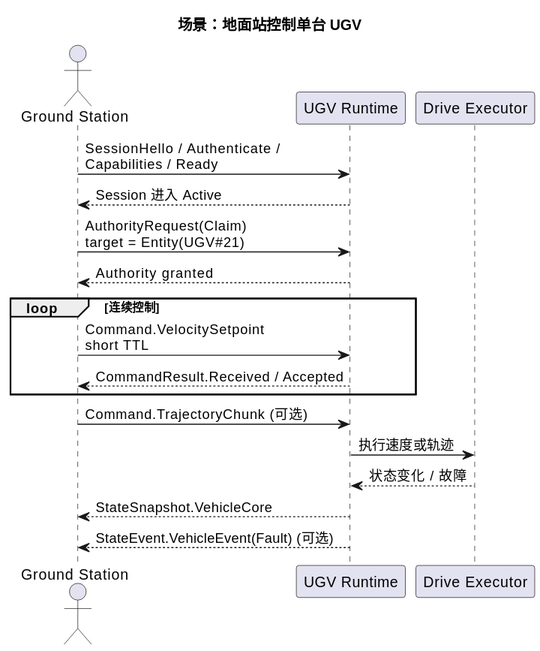
The PlantUML diagram docs/diagrams/plantuml/svg/scenario_single_ugv_control.svg in YunDrone-Team/yunlink, before a commit.
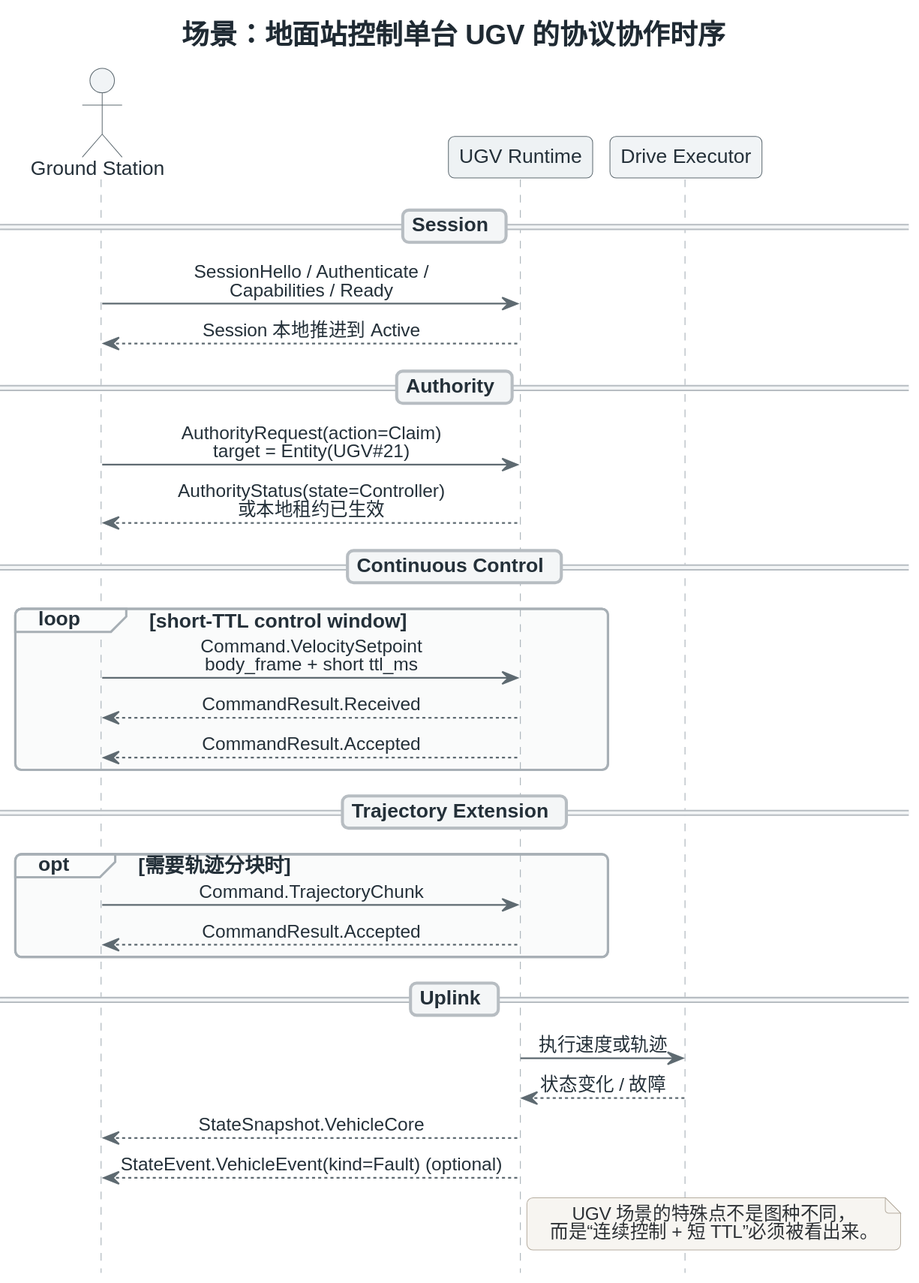
Later version of the same file.

The edit, as a diff of the source:
```diff
@@ -1,27 +1,42 @@
 @startuml
 skinparamlocked backgroundColor white
-title 场景：地面站控制单台 UGV
-skinparam backgroundColor white
-skinparam shadowing false
+!include _yunlink_protocol_theme.iuml
+title 场景：地面站控制单台 UGV 的协议协作时序
+hide footbox
 
 actor "Ground Station" as GS
-participant "UGV Runtime" as UGV
-participant "Drive Executor" as DRV
+participant "UGV Runtime" as UGV #EEF2F4
+participant "Drive Executor" as DRV #F1F4F6
 
+== Session ==
 GS -> UGV : SessionHello / Authenticate /\nCapabilities / Ready
-UGV --> GS : Session 进入 Active
+UGV --> GS : Session 本地推进到 Active
 
-GS -> UGV : AuthorityRequest(Claim)\ntarget = Entity(UGV#21)
-UGV --> GS : Authority granted
+== Authority ==
+GS -> UGV : AuthorityRequest(action=Claim)\ntarget = Entity(UGV#21)
+UGV --> GS : AuthorityStatus(state=Controller)\n或本地租约已生效
 
-loop 连续控制
-  GS -> UGV : Command.VelocitySetpoint\nshort TTL
-  UGV --> GS : CommandResult.Received / Accepted
+== Continuous Control ==
+loop short-TTL control window
+  GS -> UGV : Command.VelocitySetpoint\nbody_frame + short ttl_ms
+  UGV --> GS : CommandResult.Received
+  UGV --> GS : CommandResult.Accepted
 end
 
-GS -> UGV : Command.TrajectoryChunk (可选)
+== Trajectory Extension ==
+opt 需要轨迹分块时
+  GS -> UGV : Command.TrajectoryChunk
+  UGV --> GS : CommandResult.Accepted
+end
+
+== Uplink ==
 UGV -> DRV : 执行速度或轨迹
 DRV --> UGV : 状态变化 / 故障
 UGV --> GS : StateSnapshot.VehicleCore
-UGV --> GS : StateEvent.VehicleEvent(Fault) (可选)
+UGV --> GS : StateEvent.VehicleEvent(kind=Fault) (optional)
+
+note right of UGV
+UGV 场景的特殊点不是图种不同，
+而是“连续控制 + 短 TTL”必须被看出来。
+end note
 @enduml
```
